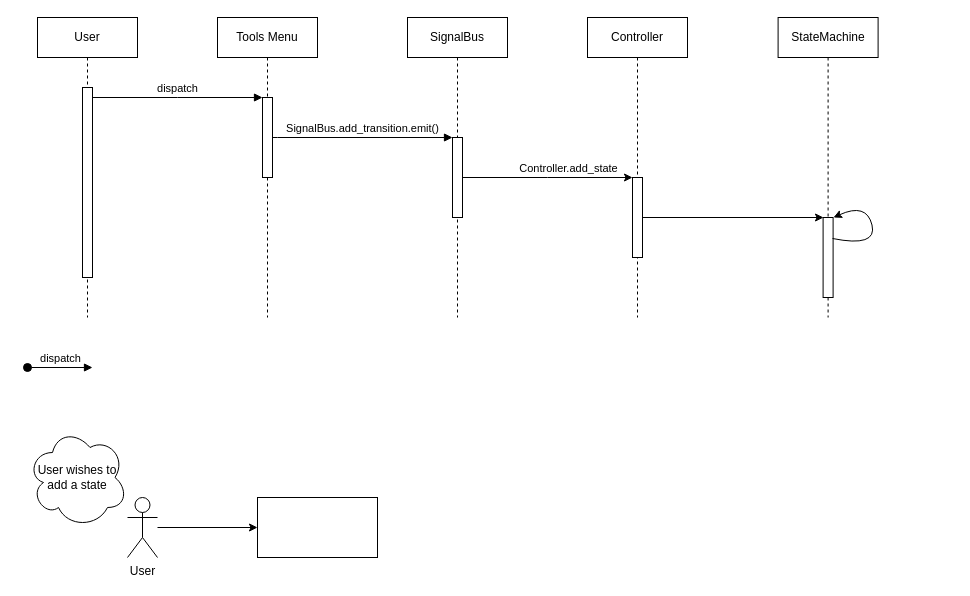
Earlier version of the draw.io diagram page "Adding State" (1 of 2) of doc/woostie_diagrams.drawio (trayres/woostie). Source tidied: cells renumbered, new cells numbered last; positions are measured from the earlier drawing's top-left corner, leaving out a move shared by most shapes. Both pictures are drawn from the tidied source at 100%, with x=0, y=0 at pixel (27, 17).
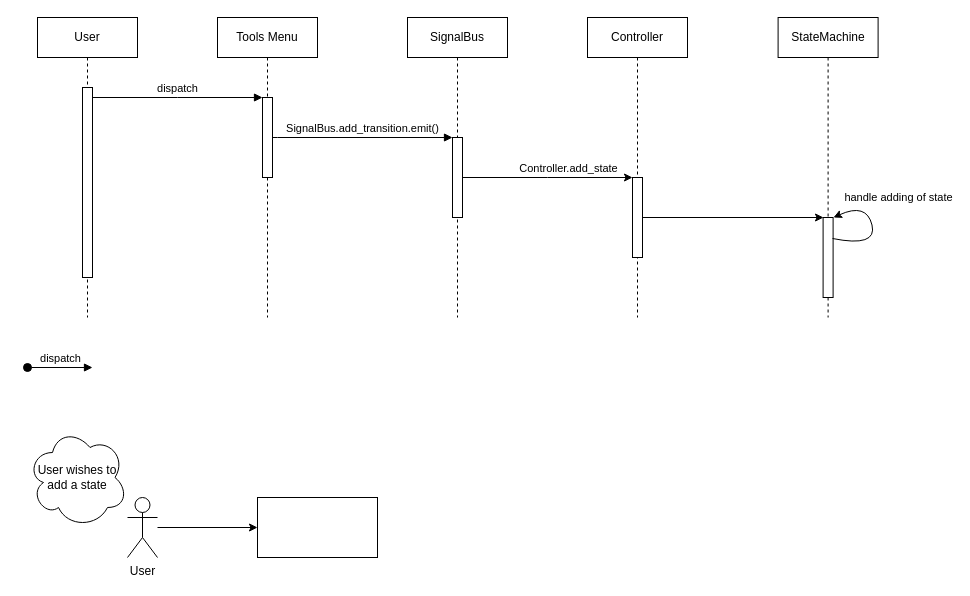
After the change.

Unchanged cells that the change refers to:
```xml
<mxCell id="22" style="curved=1;endArrow=classic;html=1;rounded=0;" parent="1" edge="1">
  <mxGeometry relative="1" as="geometry">
    <mxPoint x="805" y="221" as="sourcePoint" />
    <mxPoint x="806" y="200" as="targetPoint" />
    <Array as="points">
      <mxPoint x="850" y="230" />
      <mxPoint x="839" y="185" />
    </Array>
  </mxGeometry>
</mxCell>
```

What changed in the source:
```diff
@@
+    <mxCell id="23" value="handle adding of state" style="edgeLabel;html=1;align=center;verticalAlign=middle;" parent="22" vertex="1">
+      <mxGeometry x="0.02" y="-1" relative="1" as="geometry">
+        <mxPoint x="24" y="-31" as="offset" />
+      </mxGeometry>
+    </mxCell>
```
